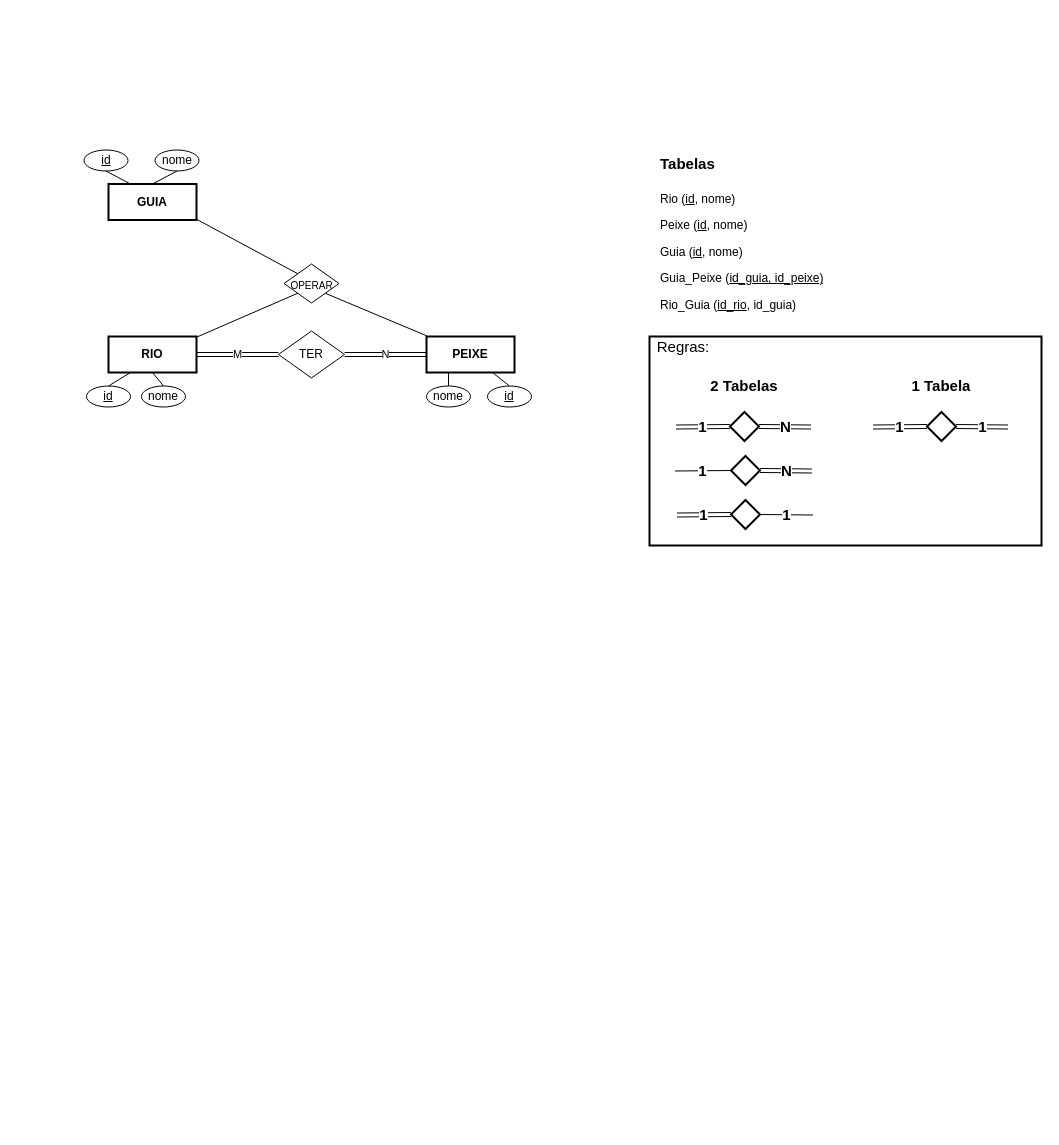
The draw.io diagram 2019/Teoricas/exercicio.drawio in TiagoCaetanoPT/Base-Dados, before the edit. Source tidied: cells renumbered, new cells numbered last; positions are measured from the earlier drawing's top-left corner, leaving out a move shared by most shapes. Both pictures are drawn from the tidied source at 100%, with x=0, y=0 at pixel (83, 141).
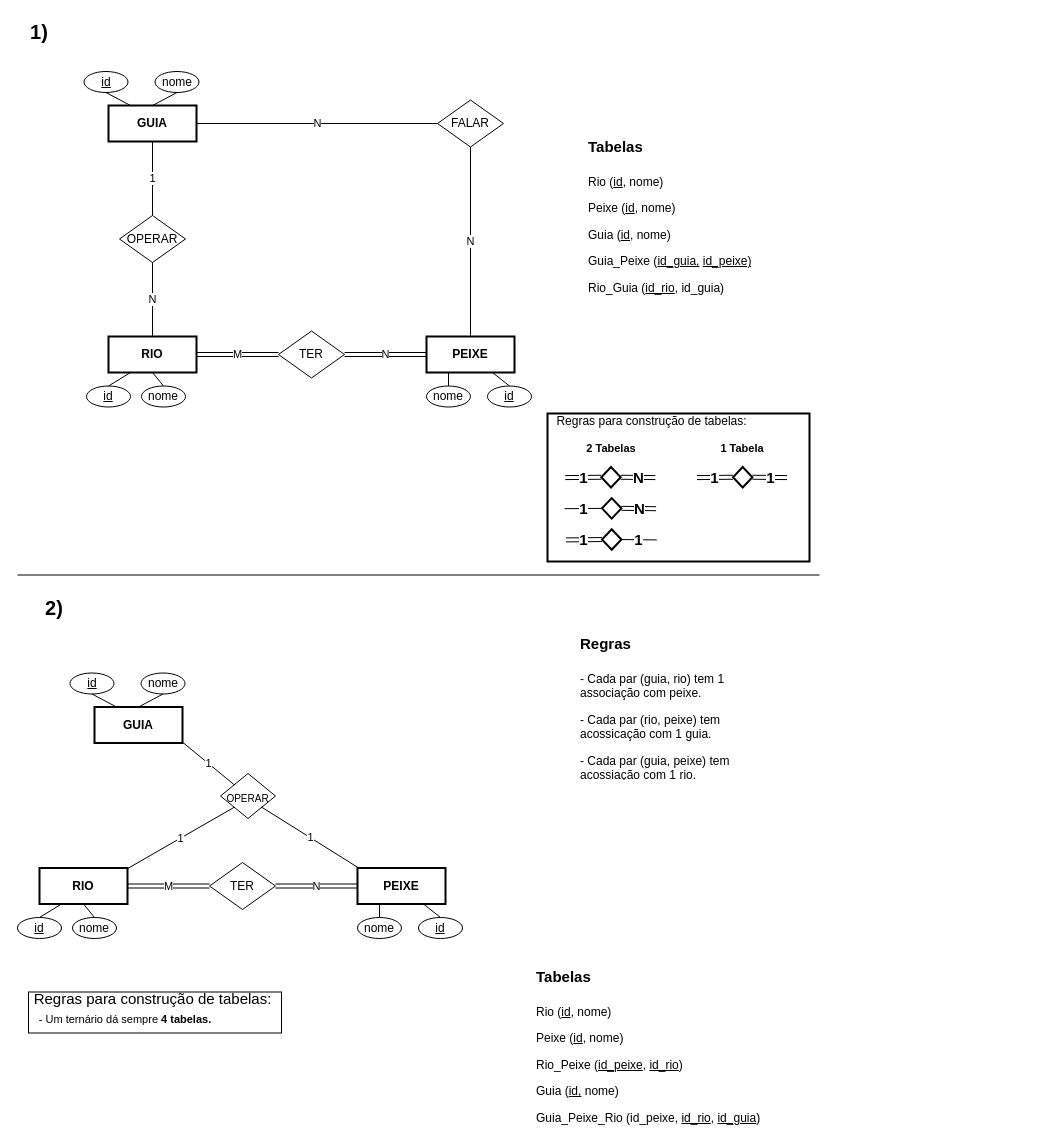
The same page after the edit.

Commit message:
Execicio dos peixes

Unchanged cells that the change refers to:
```xml
<mxCell id="3" value="&lt;b&gt;PEIXE&lt;/b&gt;" style="rounded=0;whiteSpace=wrap;html=1;strokeWidth=2;" parent="1" vertex="1">
  <mxGeometry x="343" y="195" width="88" height="36" as="geometry" />
</mxCell>
<mxCell id="4" value="&lt;b&gt;RIO&lt;/b&gt;" style="rounded=0;whiteSpace=wrap;html=1;strokeWidth=2;" parent="1" vertex="1">
  <mxGeometry x="25" y="195" width="88" height="36" as="geometry" />
</mxCell>
```

The edit, as a diff of the source:
```diff
@@
     <mxCell id="2" value="&lt;b&gt;GUIA&lt;/b&gt;" style="rounded=0;whiteSpace=wrap;html=1;strokeWidth=2;" parent="1" vertex="1">
-      <mxGeometry x="25" y="42.5" width="88" height="36" as="geometry" />
+      <mxGeometry x="25" y="-36" width="88" height="36" as="geometry" />
     </mxCell>
@@
+    <mxCell id="43" value="OPERAR" style="rhombus;whiteSpace=wrap;html=1;" parent="1" vertex="1">
+      <mxGeometry x="36" y="74" width="66" height="47" as="geometry" />
+    </mxCell>
@@
+    <mxCell id="44" value="N" style="endArrow=none;html=1;entryX=0.5;entryY=1;entryDx=0;entryDy=0;exitX=0.5;exitY=0;exitDx=0;exitDy=0;" parent="1" edge="1" source="4" target="43">
+      <mxGeometry relative="1" as="geometry" />
+    </mxCell>
     <mxCell id="8" value="id" style="ellipse;whiteSpace=wrap;html=1;fontStyle=4;" parent="1" vertex="1">
-      <mxGeometry x="0.5" y="8.5" width="44" height="21" as="geometry" />
+      <mxGeometry x="0.5" y="-70" width="44" height="21" as="geometry" />
     </mxCell>
     <mxCell id="9" value="nome" style="ellipse;whiteSpace=wrap;html=1;fontStyle=0;" parent="1" vertex="1">
-      <mxGeometry x="71.5" y="8.5" width="44" height="21" as="geometry" />
+      <mxGeometry x="71.5" y="-70" width="44" height="21" as="geometry" />
     </mxCell>
@@
+    <mxCell id="45" value="1" style="endArrow=none;html=1;entryX=0.5;entryY=1;entryDx=0;entryDy=0;exitX=0.5;exitY=0;exitDx=0;exitDy=0;" parent="1" edge="1" source="43" target="2">
+      <mxGeometry relative="1" as="geometry" />
+    </mxCell>
+    <mxCell id="46" value="FALAR" style="rhombus;whiteSpace=wrap;html=1;" parent="1" vertex="1">
+      <mxGeometry x="354" y="-41.5" width="66" height="47" as="geometry" />
+    </mxCell>
+    <mxCell id="47" value="N" style="endArrow=none;html=1;entryX=0;entryY=0.5;entryDx=0;entryDy=0;exitX=1;exitY=0.5;exitDx=0;exitDy=0;" parent="1" edge="1" source="2" target="46">
+      <mxGeometry relative="1" as="geometry" />
+    </mxCell>
+    <mxCell id="48" value="N" style="endArrow=none;html=1;entryX=0.5;entryY=1;entryDx=0;entryDy=0;exitX=0.5;exitY=0;exitDx=0;exitDy=0;" parent="1" edge="1" source="3" target="46">
+      <mxGeometry relative="1" as="geometry" />
+    </mxCell>
@@
-    <mxCell id="20" value="&lt;h1&gt;&lt;font style=&quot;font-size: 15px&quot;&gt;Tabelas&lt;/font&gt;&lt;/h1&gt;&lt;p&gt;Rio (&lt;u&gt;id&lt;/u&gt;, nome)&lt;/p&gt;&lt;p&gt;Peixe (&lt;u&gt;id&lt;/u&gt;, nome)&lt;br&gt;&lt;/p&gt;&lt;p&gt;Guia (&lt;u&gt;id&lt;/u&gt;, nome)&lt;br&gt;&lt;/p&gt;&lt;p&gt;Guia_Peixe (&lt;u&gt;id_guia, id_peixe)&lt;/u&gt;&lt;/p&gt;&lt;p&gt;Rio_Guia (&lt;u&gt;id_rio&lt;/u&gt;,&amp;nbsp;id_guia)&lt;br&gt;&lt;/p&gt;" style="text;html=1;strokeColor=none;fillColor=none;spacing=5;spacingTop=-20;whiteSpace=wrap;overflow=hidden;rounded=0;" parent="1" vertex="1">
-      <mxGeometry x="572" width="190" height="183" as="geometry" />
+    <mxCell id="20" value="&lt;h1&gt;&lt;font style=&quot;font-size: 15px&quot;&gt;Tabelas&lt;/font&gt;&lt;/h1&gt;&lt;p&gt;Rio (&lt;u&gt;id&lt;/u&gt;, nome)&lt;/p&gt;&lt;p&gt;Peixe (&lt;u&gt;id&lt;/u&gt;, nome)&lt;br&gt;&lt;/p&gt;&lt;p&gt;Guia (&lt;u&gt;id&lt;/u&gt;, nome)&lt;br&gt;&lt;/p&gt;&lt;p&gt;Guia_Peixe (&lt;u&gt;id_guia,&lt;/u&gt; &lt;u&gt;id_peixe)&lt;/u&gt;&lt;/p&gt;&lt;p&gt;Rio_Guia (&lt;u&gt;id_rio&lt;/u&gt;,&amp;nbsp;id_guia)&lt;br&gt;&lt;/p&gt;" style="text;html=1;strokeColor=none;fillColor=none;spacing=5;spacingTop=-20;whiteSpace=wrap;overflow=hidden;rounded=0;" parent="1" vertex="1">
+      <mxGeometry x="500" y="-17.5" width="190" height="183" as="geometry" />
     </mxCell>
     <mxCell id="21" style="group;" parent="1" vertex="1">
-      <mxGeometry x="566" y="195" width="392" height="209" as="geometry" />
+      <mxGeometry x="464" y="272" width="262" height="148" as="geometry" />
     </mxCell>
     <mxCell id="22" style="group;" parent="21" vertex="1">
-      <mxGeometry width="392" height="209" as="geometry" />
+      <mxGeometry width="262" height="148" as="geometry" />
     </mxCell>
     <mxCell id="23" style="rounded=0;whiteSpace=wrap;html=1;strokeWidth=2;fontSize=15;" parent="22" vertex="1">
-      <mxGeometry width="392" height="209" as="geometry" />
+      <mxGeometry width="262" height="148" as="geometry" />
     </mxCell>
     <mxCell id="24" style="rhombus;whiteSpace=wrap;html=1;strokeWidth=2;fontStyle=1;fontSize=15;" parent="22" vertex="1">
-      <mxGeometry x="80.5" y="75.5" width="29" height="29" as="geometry" />
+      <mxGeometry x="53.8" y="53.5" width="19.4" height="20.5" as="geometry" />
     </mxCell>
     <mxCell id="25" value="1" style="shape=link;html=1;entryX=0;entryY=0.5;entryDx=0;entryDy=0;fontStyle=1;fontSize=15;" parent="22" edge="1" target="24">
       <mxGeometry relative="1" as="geometry">
-        <mxPoint x="26.5" y="90.5" as="sourcePoint" />
+        <mxPoint x="17.7" y="64.1" as="sourcePoint" />
       </mxGeometry>
     </mxCell>
     <mxCell id="26" value="N" style="shape=link;html=1;entryX=1;entryY=0.5;entryDx=0;entryDy=0;fontStyle=1;fontSize=15;" parent="22" edge="1" target="24">
       <mxGeometry relative="1" as="geometry">
-        <mxPoint x="161.5" y="90.5" as="sourcePoint" />
+        <mxPoint x="107.9" y="64.1" as="sourcePoint" />
       </mxGeometry>
     </mxCell>
     <mxCell id="27" style="rhombus;whiteSpace=wrap;html=1;strokeWidth=2;fontStyle=1;fontSize=15;" parent="22" vertex="1">
-      <mxGeometry x="81.5" y="119.5" width="29" height="29" as="geometry" />
+      <mxGeometry x="54.5" y="84.6" width="19.4" height="20.5" as="geometry" />
     </mxCell>
     <mxCell id="28" value="N" style="shape=link;html=1;entryX=1;entryY=0.5;entryDx=0;entryDy=0;fontStyle=1;fontSize=15;" parent="22" edge="1" target="27">
       <mxGeometry relative="1" as="geometry">
-        <mxPoint x="162.5" y="134.5" as="sourcePoint" />
+        <mxPoint x="108.6" y="95.2" as="sourcePoint" />
       </mxGeometry>
     </mxCell>
     <mxCell id="29" value="1" style="endArrow=none;html=1;entryX=0;entryY=0.5;entryDx=0;entryDy=0;fontStyle=1;fontSize=15;" parent="22" edge="1" target="27">
       <mxGeometry relative="1" as="geometry">
-        <mxPoint x="25.5" y="134.5" as="sourcePoint" />
+        <mxPoint x="17" y="95.2" as="sourcePoint" />
       </mxGeometry>
     </mxCell>
     <mxCell id="30" style="rhombus;whiteSpace=wrap;html=1;strokeWidth=2;fontStyle=1;fontSize=15;" parent="22" vertex="1">
-      <mxGeometry x="81.5" y="163.5" width="29" height="29" as="geometry" />
+      <mxGeometry x="54.5" y="115.8" width="19.4" height="20.5" as="geometry" />
     </mxCell>
     <mxCell id="31" value="1" style="shape=link;html=1;entryX=0;entryY=0.5;entryDx=0;entryDy=0;fontStyle=1;fontSize=15;" parent="22" edge="1" target="30">
       <mxGeometry relative="1" as="geometry">
-        <mxPoint x="27.5" y="178.5" as="sourcePoint" />
+        <mxPoint x="18.4" y="126.4" as="sourcePoint" />
       </mxGeometry>
     </mxCell>
     <mxCell id="32" value="1" style="endArrow=none;html=1;entryX=1;entryY=0.5;entryDx=0;entryDy=0;fontStyle=1;fontSize=15;" parent="22" edge="1" target="30">
       <mxGeometry relative="1" as="geometry">
-        <mxPoint x="163.5" y="178.5" as="sourcePoint" />
+        <mxPoint x="109.3" y="126.4" as="sourcePoint" />
       </mxGeometry>
     </mxCell>
     <mxCell id="33" style="rhombus;whiteSpace=wrap;html=1;strokeWidth=2;fontStyle=1;fontSize=15;" parent="22" vertex="1">
-      <mxGeometry x="277.5" y="75.5" width="29" height="29" as="geometry" />
+      <mxGeometry x="185.5" y="53.5" width="19.4" height="20.5" as="geometry" />
     </mxCell>
     <mxCell id="34" value="1" style="shape=link;html=1;entryX=0;entryY=0.5;entryDx=0;entryDy=0;fontStyle=1;fontSize=15;" parent="22" edge="1" target="33">
       <mxGeometry relative="1" as="geometry">
-        <mxPoint x="223.5" y="90.5" as="sourcePoint" />
+        <mxPoint x="149.4" y="64.1" as="sourcePoint" />
       </mxGeometry>
     </mxCell>
     <mxCell id="35" value="1" style="shape=link;html=1;entryX=1;entryY=0.5;entryDx=0;entryDy=0;fontStyle=1;fontSize=15;" parent="22" edge="1" target="33">
       <mxGeometry relative="1" as="geometry">
-        <mxPoint x="358.5" y="90.5" as="sourcePoint" />
+        <mxPoint x="239.6" y="64.1" as="sourcePoint" />
       </mxGeometry>
     </mxCell>
-    <mxCell id="36" value="2 Tabelas" style="text;html=1;strokeColor=none;fillColor=none;align=center;verticalAlign=middle;whiteSpace=wrap;rounded=0;fontStyle=1;fontSize=15;" parent="22" vertex="1">
-      <mxGeometry x="55" y="34" width="80" height="30" as="geometry" />
+    <mxCell id="36" value="2 Tabelas" style="text;html=1;strokeColor=none;fillColor=none;align=center;verticalAlign=middle;whiteSpace=wrap;rounded=0;fontStyle=1;fontSize=11;" parent="22" vertex="1">
+      <mxGeometry x="36.8" y="24.1" width="53.5" height="21.2" as="geometry" />
     </mxCell>
-    <mxCell id="37" value="1 Tabela" style="text;html=1;strokeColor=none;fillColor=none;align=center;verticalAlign=middle;whiteSpace=wrap;rounded=0;fontStyle=1;fontSize=15;" parent="22" vertex="1">
-      <mxGeometry x="252" y="34" width="80" height="30" as="geometry" />
+    <mxCell id="37" value="1 Tabela" style="text;html=1;strokeColor=none;fillColor=none;align=center;verticalAlign=middle;whiteSpace=wrap;rounded=0;fontStyle=1;fontSize=11;" parent="22" vertex="1">
+      <mxGeometry x="168.4" y="24.1" width="53.5" height="21.2" as="geometry" />
     </mxCell>
-    <mxCell id="38" value="Regras:" style="text;html=1;strokeColor=none;fillColor=none;align=center;verticalAlign=middle;whiteSpace=wrap;rounded=0;fontSize=15;" parent="22" vertex="1">
-      <mxGeometry width="68" height="20" as="geometry" />
+    <mxCell id="38" value="Regras para construção de tabelas:" style="text;html=1;strokeColor=none;fillColor=none;align=center;verticalAlign=middle;whiteSpace=wrap;rounded=0;fontSize=12;" parent="22" vertex="1">
+      <mxGeometry width="209" height="15" as="geometry" />
     </mxCell>
+    <mxCell id="49" value="&lt;b&gt;GUIA&lt;/b&gt;" style="rounded=0;whiteSpace=wrap;html=1;strokeWidth=2;" parent="1" vertex="1">
+      <mxGeometry x="11" y="565.5" width="88" height="36" as="geometry" />
+    </mxCell>
+    <mxCell id="50" value="&lt;b&gt;PEIXE&lt;/b&gt;" style="rounded=0;whiteSpace=wrap;html=1;strokeWidth=2;" parent="1" vertex="1">
+      <mxGeometry x="274" y="726.5" width="88" height="36" as="geometry" />
+    </mxCell>
+    <mxCell id="51" value="&lt;b&gt;RIO&lt;/b&gt;" style="rounded=0;whiteSpace=wrap;html=1;strokeWidth=2;" parent="1" vertex="1">
+      <mxGeometry x="-44" y="726.5" width="88" height="36" as="geometry" />
+    </mxCell>
+    <mxCell id="52" value="TER" style="rhombus;whiteSpace=wrap;html=1;" parent="1" vertex="1">
+      <mxGeometry x="126" y="721" width="66" height="47" as="geometry" />
+    </mxCell>
+    <mxCell id="53" value="M" style="shape=link;html=1;entryX=1;entryY=0.5;entryDx=0;entryDy=0;exitX=0;exitY=0.5;exitDx=0;exitDy=0;" parent="1" edge="1" source="52" target="51">
+      <mxGeometry relative="1" as="geometry" />
+    </mxCell>
+    <mxCell id="54" value="N" style="shape=link;html=1;exitX=0;exitY=0.5;exitDx=0;exitDy=0;entryX=1;entryY=0.5;entryDx=0;entryDy=0;" parent="1" edge="1" source="50" target="52">
+      <mxGeometry relative="1" as="geometry" />
+    </mxCell>
+    <mxCell id="55" value="id" style="ellipse;whiteSpace=wrap;html=1;fontStyle=4;" parent="1" vertex="1">
+      <mxGeometry x="-13.5" y="531.5" width="44" height="21" as="geometry" />
+    </mxCell>
+    <mxCell id="56" value="nome" style="ellipse;whiteSpace=wrap;html=1;fontStyle=0;" parent="1" vertex="1">
+      <mxGeometry x="57.5" y="531.5" width="44" height="21" as="geometry" />
+    </mxCell>
+    <mxCell id="57" value="id" style="ellipse;whiteSpace=wrap;html=1;fontStyle=4;" parent="1" vertex="1">
+      <mxGeometry x="-66" y="776" width="44" height="21" as="geometry" />
+    </mxCell>
+    <mxCell id="58" value="nome" style="ellipse;whiteSpace=wrap;html=1;fontStyle=0;" parent="1" vertex="1">
+      <mxGeometry x="-11" y="776" width="44" height="21" as="geometry" />
+    </mxCell>
+    <mxCell id="59" value="id" style="ellipse;whiteSpace=wrap;html=1;fontStyle=4;" parent="1" vertex="1">
+      <mxGeometry x="335" y="776" width="44" height="21" as="geometry" />
+    </mxCell>
+    <mxCell id="60" style="endArrow=none;html=1;entryX=0.25;entryY=1;entryDx=0;entryDy=0;exitX=0.5;exitY=0;exitDx=0;exitDy=0;" parent="1" edge="1" source="57" target="51">
+      <mxGeometry relative="1" as="geometry" />
+    </mxCell>
+    <mxCell id="61" style="endArrow=none;html=1;entryX=0.5;entryY=1;entryDx=0;entryDy=0;exitX=0.5;exitY=0;exitDx=0;exitDy=0;" parent="1" edge="1" source="58" target="51">
+      <mxGeometry relative="1" as="geometry" />
+    </mxCell>
+    <mxCell id="62" style="endArrow=none;html=1;entryX=0.5;entryY=1;entryDx=0;entryDy=0;exitX=0.25;exitY=0;exitDx=0;exitDy=0;" parent="1" edge="1" source="49" target="55">
+      <mxGeometry relative="1" as="geometry" />
+    </mxCell>
+    <mxCell id="63" style="endArrow=none;html=1;entryX=0.5;entryY=1;entryDx=0;entryDy=0;exitX=0.5;exitY=0;exitDx=0;exitDy=0;" parent="1" edge="1" source="49" target="56">
+      <mxGeometry relative="1" as="geometry" />
+    </mxCell>
+    <mxCell id="64" style="endArrow=none;html=1;entryX=0.75;entryY=1;entryDx=0;entryDy=0;exitX=0.5;exitY=0;exitDx=0;exitDy=0;" parent="1" edge="1" source="59" target="50">
+      <mxGeometry relative="1" as="geometry" />
+    </mxCell>
+    <mxCell id="65" value="nome" style="ellipse;whiteSpace=wrap;html=1;fontStyle=0;" parent="1" vertex="1">
+      <mxGeometry x="274" y="776" width="44" height="21" as="geometry" />
+    </mxCell>
+    <mxCell id="66" style="endArrow=none;html=1;entryX=0.5;entryY=0;entryDx=0;entryDy=0;exitX=0.25;exitY=1;exitDx=0;exitDy=0;" parent="1" edge="1" source="50" target="65">
+      <mxGeometry relative="1" as="geometry" />
+    </mxCell>
+    <mxCell id="67" value="&lt;h1&gt;&lt;font style=&quot;font-size: 15px&quot;&gt;Tabelas&lt;/font&gt;&lt;/h1&gt;&lt;h1&gt;&lt;p style=&quot;font-size: 12px ; font-weight: 400&quot;&gt;Rio (&lt;u&gt;id&lt;/u&gt;, nome)&lt;/p&gt;&lt;p style=&quot;font-size: 12px ; font-weight: 400&quot;&gt;Peixe (&lt;u&gt;id&lt;/u&gt;, nome)&lt;br&gt;&lt;/p&gt;&lt;p style=&quot;font-size: 12px ; font-weight: 400&quot;&gt;Rio_Peixe (&lt;u&gt;id_peixe&lt;/u&gt;, &lt;u&gt;id_rio&lt;/u&gt;)&lt;br&gt;&lt;/p&gt;&lt;p style=&quot;font-size: 12px ; font-weight: 400&quot;&gt;Guia (&lt;u&gt;id,&lt;/u&gt;&amp;nbsp;nome)&lt;/p&gt;&lt;p style=&quot;font-size: 12px ; font-weight: 400&quot;&gt;Guia_Peixe_Rio (id_peixe, &lt;u&gt;id_rio&lt;/u&gt;, &lt;u&gt;id_guia&lt;/u&gt;)&lt;/p&gt;&lt;p style=&quot;font-size: 12px ; font-weight: 400&quot;&gt;&lt;br&gt;&lt;/p&gt;&lt;/h1&gt;" style="text;html=1;strokeColor=none;fillColor=none;spacing=5;spacingTop=-20;whiteSpace=wrap;overflow=hidden;rounded=0;" parent="1" vertex="1">
+      <mxGeometry x="448" y="812.5" width="240" height="174" as="geometry" />
+    </mxCell>
     <mxCell id="39" value="&lt;font size=&quot;1&quot;&gt;OPERAR&lt;/font&gt;" style="rhombus;whiteSpace=wrap;html=1;strokeWidth=1;fontSize=15;" parent="1" vertex="1">
-      <mxGeometry x="200.5" y="122.5" width="55" height="39" as="geometry" />
+      <mxGeometry x="137" y="632" width="55" height="45" as="geometry" />
     </mxCell>
-    <mxCell id="40" style="endArrow=none;html=1;fontSize=15;entryX=0;entryY=0;entryDx=0;entryDy=0;exitX=1.002;exitY=0.981;exitDx=0;exitDy=0;exitPerimeter=0;" parent="1" edge="1" source="2" target="39">
-      <mxGeometry relative="1" as="geometry" />
-    </mxCell>
-    <mxCell id="41" style="endArrow=none;html=1;fontSize=15;entryX=0.002;entryY=-0.019;entryDx=0;entryDy=0;exitX=1;exitY=1;exitDx=0;exitDy=0;entryPerimeter=0;" parent="1" edge="1" source="39" target="3">
-      <mxGeometry relative="1" as="geometry" />
-    </mxCell>
-    <mxCell id="42" style="endArrow=none;html=1;fontSize=15;entryX=0.992;entryY=0.028;entryDx=0;entryDy=0;exitX=0;exitY=1;exitDx=0;exitDy=0;entryPerimeter=0;" parent="1" edge="1" source="39" target="4">
-      <mxGeometry relative="1" as="geometry" />
-    </mxCell>
+    <mxCell id="68" value="1" style="endArrow=none;html=1;fontSize=11;entryX=0;entryY=0;entryDx=0;entryDy=0;exitX=1.002;exitY=0.981;exitDx=0;exitDy=0;exitPerimeter=0;" parent="1" edge="1" source="49" target="39">
+      <mxGeometry relative="1" as="geometry" />
+    </mxCell>
+    <mxCell id="69" value="1" style="endArrow=none;html=1;fontSize=11;entryX=0.002;entryY=-0.019;entryDx=0;entryDy=0;exitX=1;exitY=1;exitDx=0;exitDy=0;entryPerimeter=0;" parent="1" edge="1" source="39" target="50">
+      <mxGeometry relative="1" as="geometry" />
+    </mxCell>
+    <mxCell id="70" value="1" style="endArrow=none;html=1;fontSize=11;entryX=0.992;entryY=0.028;entryDx=0;entryDy=0;exitX=0;exitY=1;exitDx=0;exitDy=0;entryPerimeter=0;" parent="1" edge="1" source="39" target="51">
+      <mxGeometry relative="1" as="geometry" />
+    </mxCell>
+    <mxCell id="71" style="group;" parent="1" vertex="1">
+      <mxGeometry x="-55" y="850.5" width="253" height="41" as="geometry" />
+    </mxCell>
+    <mxCell id="72" style="group;" parent="71" vertex="1">
+      <mxGeometry width="253" height="41" as="geometry" />
+    </mxCell>
+    <mxCell id="73" style="rounded=0;whiteSpace=wrap;html=1;strokeWidth=1;fontSize=11;" parent="72" vertex="1">
+      <mxGeometry width="253" height="41" as="geometry" />
+    </mxCell>
+    <mxCell id="74" value="- Um ternário dá sempre &lt;b&gt;4 tabelas.&lt;br&gt;&lt;/b&gt;" style="text;html=1;strokeColor=none;fillColor=none;align=center;verticalAlign=middle;whiteSpace=wrap;rounded=0;fontSize=11;" parent="72" vertex="1">
+      <mxGeometry y="20.7" width="194.1" height="13.7" as="geometry" />
+    </mxCell>
+    <mxCell id="75" value="Regras para construção de tabelas:" style="text;html=1;strokeColor=none;fillColor=none;align=center;verticalAlign=middle;whiteSpace=wrap;rounded=0;fontSize=15;" parent="72" vertex="1">
+      <mxGeometry width="248.9" height="13.7" as="geometry" />
+    </mxCell>
+    <mxCell id="76" value="&lt;h1&gt;&lt;font style=&quot;font-size: 15px ; line-height: 90%&quot;&gt;Regras&lt;/font&gt;&lt;/h1&gt;&lt;h1&gt;&lt;p style=&quot;font-size: 12px ; font-weight: 400&quot;&gt;- Cada par (guia, rio) tem 1 associação com peixe.&lt;/p&gt;&lt;p style=&quot;font-size: 12px ; font-weight: 400&quot;&gt;- Cada par (rio, peixe) tem acossicação com 1 guia.&lt;/p&gt;&lt;p style=&quot;font-size: 12px ; font-weight: 400&quot;&gt;- Cada par (guia, peixe) tem acossiação com 1 rio.&lt;/p&gt;&lt;/h1&gt;" style="text;html=1;strokeColor=none;fillColor=none;spacing=5;spacingTop=-20;whiteSpace=wrap;overflow=hidden;rounded=0;" parent="1" vertex="1">
+      <mxGeometry x="491.5" y="479.5" width="190" height="159" as="geometry" />
+    </mxCell>
+    <mxCell id="77" value="&lt;b&gt;&lt;font style=&quot;font-size: 20px&quot;&gt;1)&lt;/font&gt;&lt;/b&gt;" style="text;html=1;strokeColor=none;fillColor=none;align=center;verticalAlign=middle;whiteSpace=wrap;rounded=0;fontSize=11;" parent="1" vertex="1">
+      <mxGeometry x="-62" y="-124.5" width="36" height="28" as="geometry" />
+    </mxCell>
+    <mxCell id="78" value="&lt;b&gt;&lt;font style=&quot;font-size: 20px&quot;&gt;2)&lt;/font&gt;&lt;/b&gt;" style="text;html=1;strokeColor=none;fillColor=none;align=center;verticalAlign=middle;whiteSpace=wrap;rounded=0;fontSize=11;" parent="1" vertex="1">
+      <mxGeometry x="-47" y="451.5" width="36" height="28" as="geometry" />
+    </mxCell>
+    <mxCell id="79" style="endArrow=none;html=1;fontSize=11;" parent="1" edge="1">
+      <mxGeometry relative="1" as="geometry">
+        <mxPoint x="736" y="433.5" as="sourcePoint" />
+        <mxPoint x="-66" y="433.5" as="targetPoint" />
+      </mxGeometry>
+    </mxCell>
```
